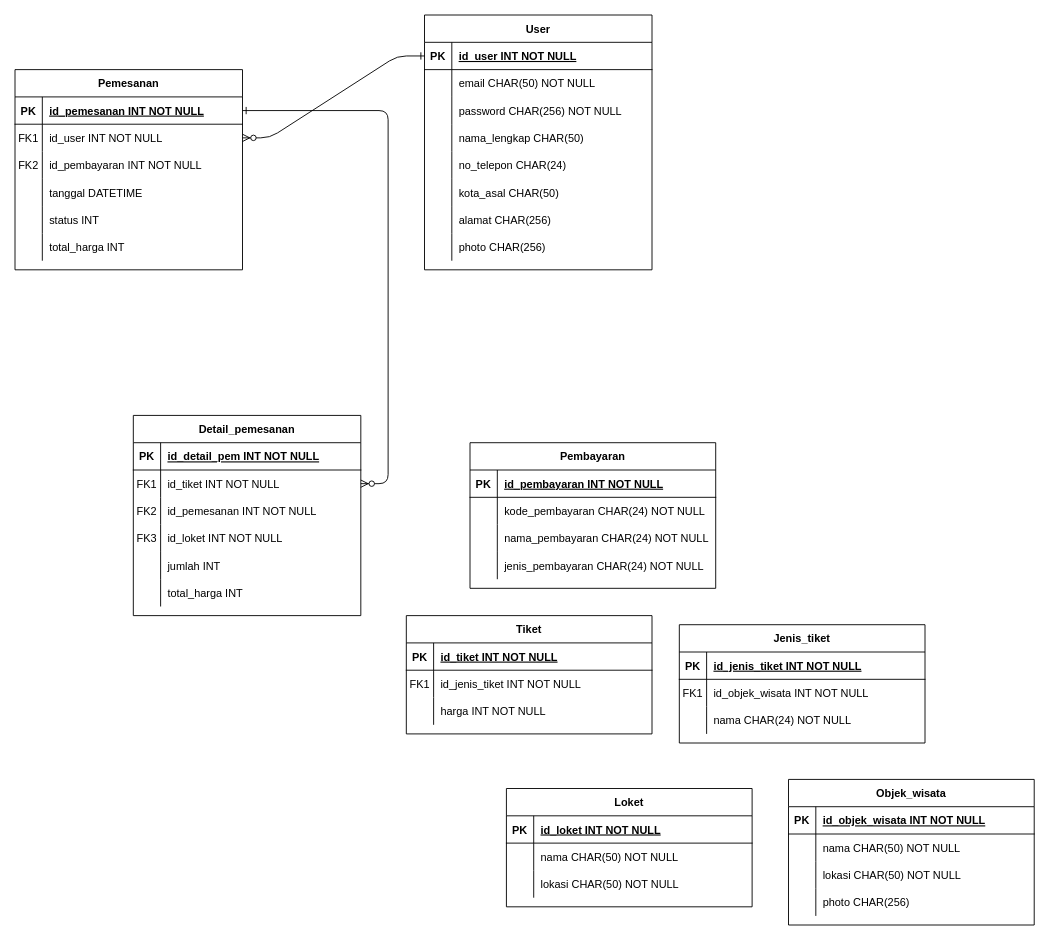
Above: pertemuan_3/logical_ERD.drawio in ricky03knowhere/IF214002 (draw.io), before the change. Source tidied: cells renumbered, new cells numbered last; positions are measured from the earlier drawing's top-left corner, leaving out a move shared by most shapes. Both pictures are drawn from the tidied source at 91%, with x=0, y=0 at pixel (15, 15).
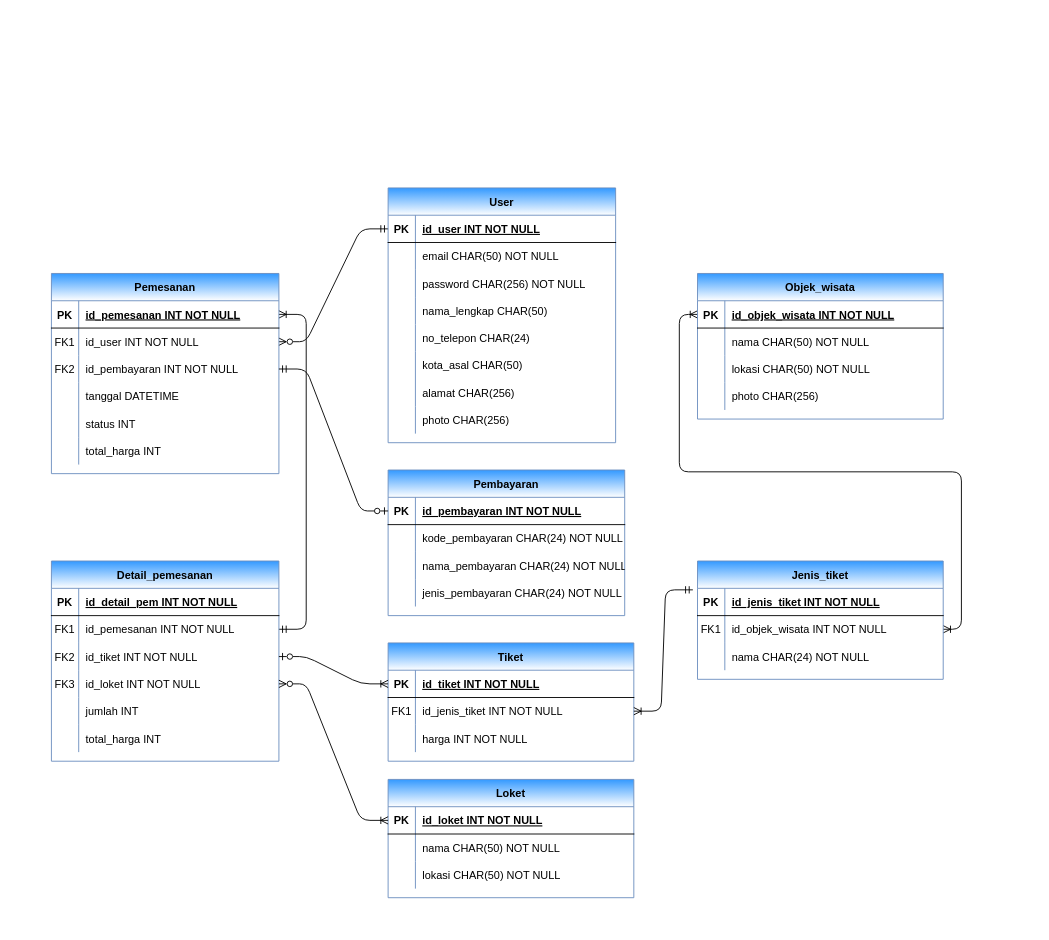
The same diagram, later.

The change refers to these unchanged cells:
```xml
<mxCell id="5" style="shape=partialRectangle;fillColor=none;points=[[0,0.5],[1,0.5]];portConstraint=eastwest;top=0;left=0;right=0;bottom=1;" parent="4" vertex="1">
  <mxGeometry y="30" width="250" height="30" as="geometry" />
</mxCell>
<mxCell id="8" style="shape=partialRectangle;fillColor=none;points=[[0,0.5],[1,0.5]];portConstraint=eastwest;top=0;left=0;right=0;bottom=0;" parent="4" vertex="1">
  <mxGeometry y="60" width="250" height="30" as="geometry" />
</mxCell>
<mxCell id="11" style="shape=partialRectangle;fillColor=none;points=[[0,0.5],[1,0.5]];portConstraint=eastwest;top=0;left=0;right=0;bottom=0;" parent="4" vertex="1">
  <mxGeometry y="90" width="250" height="30" as="geometry" />
</mxCell>
<mxCell id="33" style="shape=partialRectangle;fillColor=none;points=[[0,0.5],[1,0.5]];portConstraint=eastwest;top=0;left=0;right=0;bottom=0;" parent="23" vertex="1">
  <mxGeometry y="120" width="250" height="30" as="geometry" />
</mxCell>
<mxCell id="43" style="shape=partialRectangle;fillColor=none;points=[[0,0.5],[1,0.5]];portConstraint=eastwest;top=0;left=0;right=0;bottom=1;" parent="42" vertex="1">
  <mxGeometry y="30" width="250" height="30" as="geometry" />
</mxCell>
<mxCell id="81" style="shape=partialRectangle;fillColor=none;points=[[0,0.5],[1,0.5]];portConstraint=eastwest;top=0;left=0;right=0;bottom=1;" parent="80" vertex="1">
  <mxGeometry y="30" width="270" height="30" as="geometry" />
</mxCell>
<mxCell id="84" style="shape=partialRectangle;fillColor=none;points=[[0,0.5],[1,0.5]];portConstraint=eastwest;top=0;left=0;right=0;bottom=0;" parent="80" vertex="1">
  <mxGeometry y="60" width="270" height="30" as="geometry" />
</mxCell>
<mxCell id="91" style="shape=partialRectangle;fillColor=none;points=[[0,0.5],[1,0.5]];portConstraint=eastwest;top=0;left=0;right=0;bottom=1;" parent="90" vertex="1">
  <mxGeometry y="30" width="270" height="30" as="geometry" />
</mxCell>
<mxCell id="94" style="shape=partialRectangle;fillColor=none;points=[[0,0.5],[1,0.5]];portConstraint=eastwest;top=0;left=0;right=0;bottom=0;" parent="90" vertex="1">
  <mxGeometry y="60" width="270" height="30" as="geometry" />
</mxCell>
<mxCell id="101" style="shape=partialRectangle;fillColor=none;points=[[0,0.5],[1,0.5]];portConstraint=eastwest;top=0;left=0;right=0;bottom=1;" parent="100" vertex="1">
  <mxGeometry y="30" width="270" height="30" as="geometry" />
</mxCell>
<mxCell id="111" style="shape=partialRectangle;fillColor=none;points=[[0,0.5],[1,0.5]];portConstraint=eastwest;top=0;left=0;right=0;bottom=1;" parent="110" vertex="1">
  <mxGeometry y="30" width="270" height="30" as="geometry" />
</mxCell>
```

Diff of the diagram source:
```diff
@@
-    <mxCell id="2" style="edgeStyle=entityRelationEdgeStyle;endArrow=ERzeroToMany;startArrow=ERone;endFill=1;startFill=0;entryX=1;entryY=0.5;entryDx=0;entryDy=0;" parent="1" edge="1" source="43" target="8">
+    <mxCell id="2" style="edgeStyle=entityRelationEdgeStyle;endArrow=ERzeroToMany;startArrow=ERmandOne;endFill=0;startFill=0;entryX=1;entryY=0.5;entryDx=0;entryDy=0;" parent="1" edge="1" source="43" target="8">
       <mxGeometry relative="1" as="geometry" />
     </mxCell>
-    <mxCell id="3" style="edgeStyle=entityRelationEdgeStyle;endArrow=ERzeroToMany;startArrow=ERone;endFill=1;startFill=0;" parent="1" edge="1" source="5" target="27">
+    <mxCell id="3" style="edgeStyle=entityRelationEdgeStyle;endArrow=ERmandOne;startArrow=ERoneToMany;endFill=0;startFill=0;entryX=1;entryY=0.5;entryDx=0;entryDy=0;" parent="1" edge="1" source="5" target="30">
       <mxGeometry relative="1" as="geometry" />
     </mxCell>
-    <mxCell id="4" value="Pemesanan" style="shape=table;startSize=30;childLayout=tableLayout;rowLines=0;fontStyle=1;align=center;" parent="1" vertex="1">
-      <mxGeometry y="60" width="250" height="220" as="geometry" />
+    <mxCell id="4" value="Pemesanan" style="shape=table;startSize=30;childLayout=tableLayout;rowLines=0;fontStyle=1;align=center;fillColor=#3399FF;strokeColor=#6c8ebf;swimlaneFillColor=none;gradientDirection=south;gradientColor=#ffffff;" parent="1" vertex="1">
+      <mxGeometry x="40" y="284" width="250" height="220" as="geometry" />
     </mxCell>
@@
-    <mxCell id="23" value="Detail_pemesanan" style="shape=table;startSize=30;childLayout=tableLayout;rowLines=0;fontStyle=1;align=center;" parent="1" vertex="1">
-      <mxGeometry x="130" y="440" width="250" height="220" as="geometry" />
+    <mxCell id="23" value="Detail_pemesanan" style="shape=table;startSize=30;childLayout=tableLayout;rowLines=0;fontStyle=1;align=center;fillColor=#3399FF;strokeColor=#6c8ebf;swimlaneFillColor=none;gradientDirection=south;gradientColor=#ffffff;" parent="1" vertex="1">
+      <mxGeometry x="40" y="600" width="250" height="220" as="geometry" />
     </mxCell>
@@
+    <mxCell id="30" style="shape=partialRectangle;fillColor=none;points=[[0,0.5],[1,0.5]];portConstraint=eastwest;top=0;left=0;right=0;bottom=0;" parent="23" vertex="1">
+      <mxGeometry y="60" width="250" height="30" as="geometry" />
+    </mxCell>
+    <mxCell id="31" value="FK1" style="shape=partialRectangle;overflow=hidden;fillColor=none;top=0;left=0;bottom=0;right=0;" parent="30" vertex="1">
+      <mxGeometry width="30" height="30" as="geometry" />
+    </mxCell>
+    <mxCell id="32" value="id_pemesanan INT NOT NULL" style="shape=partialRectangle;overflow=hidden;fillColor=none;top=0;left=0;bottom=0;right=0;align=left;spacingLeft=6;" parent="30" vertex="1">
+      <mxGeometry x="30" width="220" height="30" as="geometry" />
+    </mxCell>
     <mxCell id="27" style="shape=partialRectangle;fillColor=none;points=[[0,0.5],[1,0.5]];portConstraint=eastwest;top=0;left=0;right=0;bottom=0;" parent="23" vertex="1">
-      <mxGeometry y="60" width="250" height="30" as="geometry" />
+      <mxGeometry y="90" width="250" height="30" as="geometry" />
     </mxCell>
-    <mxCell id="28" value="FK1" style="shape=partialRectangle;overflow=hidden;fillColor=none;top=0;left=0;bottom=0;right=0;" parent="27" vertex="1">
+    <mxCell id="28" value="FK2" style="shape=partialRectangle;overflow=hidden;fillColor=none;top=0;left=0;bottom=0;right=0;" parent="27" vertex="1">
       <mxGeometry width="30" height="30" as="geometry" />
     </mxCell>
@@
-    <mxCell id="30" style="shape=partialRectangle;fillColor=none;points=[[0,0.5],[1,0.5]];portConstraint=eastwest;top=0;left=0;right=0;bottom=0;" parent="23" vertex="1">
-      <mxGeometry y="90" width="250" height="30" as="geometry" />
-    </mxCell>
-    <mxCell id="31" value="FK2" style="shape=partialRectangle;overflow=hidden;fillColor=none;top=0;left=0;bottom=0;right=0;" parent="30" vertex="1">
-      <mxGeometry width="30" height="30" as="geometry" />
-    </mxCell>
-    <mxCell id="32" value="id_pemesanan INT NOT NULL" style="shape=partialRectangle;overflow=hidden;fillColor=none;top=0;left=0;bottom=0;right=0;align=left;spacingLeft=6;" parent="30" vertex="1">
-      <mxGeometry x="30" width="220" height="30" as="geometry" />
-    </mxCell>
@@
-    <mxCell id="42" value="User" style="shape=table;startSize=30;childLayout=tableLayout;rowLines=0;fontStyle=1;align=center;" parent="1" vertex="1">
-      <mxGeometry x="450" width="250" height="280" as="geometry" />
+    <mxCell id="42" value="User" style="shape=table;startSize=30;childLayout=tableLayout;rowLines=0;fontStyle=1;align=center;fillColor=#3399FF;strokeColor=#6c8ebf;swimlaneFillColor=none;gradientDirection=south;gradientColor=#ffffff;" parent="1" vertex="1">
+      <mxGeometry x="410" y="190" width="250" height="280" as="geometry" />
     </mxCell>
@@
-    <mxCell id="67" value="Pembayaran" style="shape=table;startSize=30;childLayout=tableLayout;rowLines=0;fontStyle=1;align=center;" parent="1" vertex="1">
-      <mxGeometry x="500" y="470" width="270" height="160" as="geometry" />
+    <mxCell id="67" value="Pembayaran" style="shape=table;startSize=30;childLayout=tableLayout;rowLines=0;fontStyle=1;align=center;fillColor=#3399FF;strokeColor=#6c8ebf;swimlaneFillColor=none;gradientDirection=south;gradientColor=#ffffff;" parent="1" vertex="1">
+      <mxGeometry x="410" y="500" width="260" height="160" as="geometry" />
     </mxCell>
     <mxCell id="68" style="shape=partialRectangle;fillColor=none;points=[[0,0.5],[1,0.5]];portConstraint=eastwest;top=0;left=0;right=0;bottom=1;" parent="67" vertex="1">
-      <mxGeometry y="30" width="270" height="30" as="geometry" />
+      <mxGeometry y="30" width="260" height="30" as="geometry" />
     </mxCell>
@@
     <mxCell id="70" value="id_pembayaran INT NOT NULL " style="shape=partialRectangle;overflow=hidden;fillColor=none;top=0;left=0;bottom=0;right=0;align=left;spacingLeft=6;fontStyle=5;" parent="68" vertex="1">
-      <mxGeometry x="30" width="240" height="30" as="geometry" />
+      <mxGeometry x="30" width="230" height="30" as="geometry" />
     </mxCell>
     <mxCell id="71" style="shape=partialRectangle;fillColor=none;top=0;left=0;right=0;bottom=0;" parent="67" vertex="1">
-      <mxGeometry y="60" width="270" height="30" as="geometry" />
+      <mxGeometry y="60" width="260" height="30" as="geometry" />
     </mxCell>
@@
     <mxCell id="73" value="kode_pembayaran CHAR(24) NOT NULL" style="shape=partialRectangle;overflow=hidden;fillColor=none;top=0;left=0;bottom=0;right=0;align=left;spacingLeft=6;" parent="71" vertex="1">
-      <mxGeometry x="30" width="240" height="30" as="geometry" />
+      <mxGeometry x="30" width="230" height="30" as="geometry" />
     </mxCell>
     <mxCell id="74" style="shape=partialRectangle;fillColor=none;top=0;left=0;right=0;bottom=0;" parent="67" vertex="1">
-      <mxGeometry y="90" width="270" height="30" as="geometry" />
+      <mxGeometry y="90" width="260" height="30" as="geometry" />
     </mxCell>
@@
     <mxCell id="76" value="nama_pembayaran CHAR(24) NOT NULL" style="shape=partialRectangle;overflow=hidden;fillColor=none;top=0;left=0;bottom=0;right=0;align=left;spacingLeft=6;" parent="74" vertex="1">
-      <mxGeometry x="30" width="240" height="30" as="geometry" />
+      <mxGeometry x="30" width="230" height="30" as="geometry" />
     </mxCell>
     <mxCell id="77" style="shape=partialRectangle;fillColor=none;top=0;left=0;right=0;bottom=0;" parent="67" vertex="1">
-      <mxGeometry y="120" width="270" height="30" as="geometry" />
+      <mxGeometry y="120" width="260" height="30" as="geometry" />
     </mxCell>
@@
     <mxCell id="79" value="jenis_pembayaran CHAR(24) NOT NULL" style="shape=partialRectangle;overflow=hidden;fillColor=none;top=0;left=0;bottom=0;right=0;align=left;spacingLeft=6;" parent="77" vertex="1">
-      <mxGeometry x="30" width="240" height="30" as="geometry" />
+      <mxGeometry x="30" width="230" height="30" as="geometry" />
     </mxCell>
-    <mxCell id="80" value="Tiket" style="shape=table;startSize=30;childLayout=tableLayout;rowLines=0;fontStyle=1;align=center;" parent="1" vertex="1">
-      <mxGeometry x="430" y="660" width="270" height="130" as="geometry" />
+    <mxCell id="80" value="Tiket" style="shape=table;startSize=30;childLayout=tableLayout;rowLines=0;fontStyle=1;align=center;fillColor=#3399FF;strokeColor=#6c8ebf;swimlaneFillColor=none;gradientDirection=south;gradientColor=#ffffff;" parent="1" vertex="1">
+      <mxGeometry x="410" y="690" width="270" height="130" as="geometry" />
     </mxCell>
@@
+    <mxCell id="123" style="edgeStyle=orthogonalEdgeStyle;rounded=1;jumpSize=7;jettySize=auto;html=1;entryX=0;entryY=0.5;entryDx=0;entryDy=0;endArrow=ERoneToMany;endFill=0;endSize=6;targetPerimeterSpacing=0;exitX=1;exitY=0.5;exitDx=0;exitDy=0;startArrow=ERoneToMany;startFill=0;" parent="1" edge="1" source="94" target="111">
+      <mxGeometry relative="1" as="geometry" />
+    </mxCell>
-    <mxCell id="90" value="Jenis_tiket" style="shape=table;startSize=30;childLayout=tableLayout;rowLines=0;fontStyle=1;align=center;" parent="1" vertex="1">
-      <mxGeometry x="730" y="670" width="270" height="130" as="geometry" />
+    <mxCell id="90" value="Jenis_tiket" style="shape=table;startSize=30;childLayout=tableLayout;rowLines=0;fontStyle=1;align=center;fillColor=#3399FF;strokeColor=#6c8ebf;swimlaneFillColor=none;gradientDirection=south;gradientColor=#ffffff;" parent="1" vertex="1">
+      <mxGeometry x="750" y="600" width="270" height="130" as="geometry" />
     </mxCell>
@@
-    <mxCell id="100" value="Loket" style="shape=table;startSize=30;childLayout=tableLayout;rowLines=0;fontStyle=1;align=center;" parent="1" vertex="1">
-      <mxGeometry x="540" y="850" width="270" height="130" as="geometry" />
+    <mxCell id="100" value="Loket" style="shape=table;startSize=30;childLayout=tableLayout;rowLines=0;fontStyle=1;align=center;fillColor=#3399FF;strokeColor=#6c8ebf;swimlaneFillColor=none;gradientDirection=south;gradientColor=#ffffff;" parent="1" vertex="1">
+      <mxGeometry x="410" y="840" width="270" height="130" as="geometry" />
     </mxCell>
@@
-    <mxCell id="110" value="Objek_wisata" style="shape=table;startSize=30;childLayout=tableLayout;rowLines=0;fontStyle=1;align=center;" parent="1" vertex="1">
-      <mxGeometry x="850" y="840" width="270" height="160" as="geometry" />
+    <mxCell id="110" value="Objek_wisata" style="shape=table;startSize=30;childLayout=tableLayout;rowLines=0;fontStyle=1;align=center;fillColor=#3399FF;strokeColor=#6c8ebf;swimlaneFillColor=none;gradientDirection=south;gradientColor=#ffffff;" parent="1" vertex="1">
+      <mxGeometry x="750" y="284" width="270" height="160" as="geometry" />
     </mxCell>
@@
+    <mxCell id="124" style="edgeStyle=entityRelationEdgeStyle;jumpSize=7;jettySize=auto;html=1;entryX=0;entryY=0.5;entryDx=0;entryDy=0;endArrow=ERoneToMany;endFill=0;endSize=6;targetPerimeterSpacing=0;elbow=vertical;rounded=1;startArrow=ERzeroToOne;startFill=0;" parent="1" edge="1" source="27" target="81">
+      <mxGeometry relative="1" as="geometry" />
+    </mxCell>
+    <mxCell id="125" style="edgeStyle=entityRelationEdgeStyle;jumpSize=7;jettySize=auto;html=1;entryX=0;entryY=0.5;entryDx=0;entryDy=0;endArrow=ERoneToMany;endFill=0;endSize=6;targetPerimeterSpacing=0;startArrow=ERzeroToMany;startFill=0;rounded=1;" parent="1" edge="1" source="33" target="101">
+      <mxGeometry relative="1" as="geometry" />
+    </mxCell>
+    <mxCell id="126" style="edgeStyle=entityRelationEdgeStyle;rounded=1;jumpSize=7;jettySize=auto;html=1;entryX=-0.019;entryY=0.056;entryDx=0;entryDy=0;entryPerimeter=0;endArrow=ERmandOne;endFill=0;endSize=6;targetPerimeterSpacing=0;startArrow=ERoneToMany;startFill=0;" parent="1" edge="1" source="84" target="91">
+      <mxGeometry relative="1" as="geometry" />
+    </mxCell>
+    <mxCell id="127" style="edgeStyle=entityRelationEdgeStyle;fontSize=12;html=1;endArrow=ERzeroToOne;startArrow=ERmandOne;rounded=1;endSize=6;targetPerimeterSpacing=0;jumpSize=7;entryX=0;entryY=0.5;entryDx=0;entryDy=0;exitX=1;exitY=0.5;exitDx=0;exitDy=0;endFill=0;" parent="1" edge="1" source="11" target="68">
+      <mxGeometry relative="1" as="geometry" />
+    </mxCell>
```
